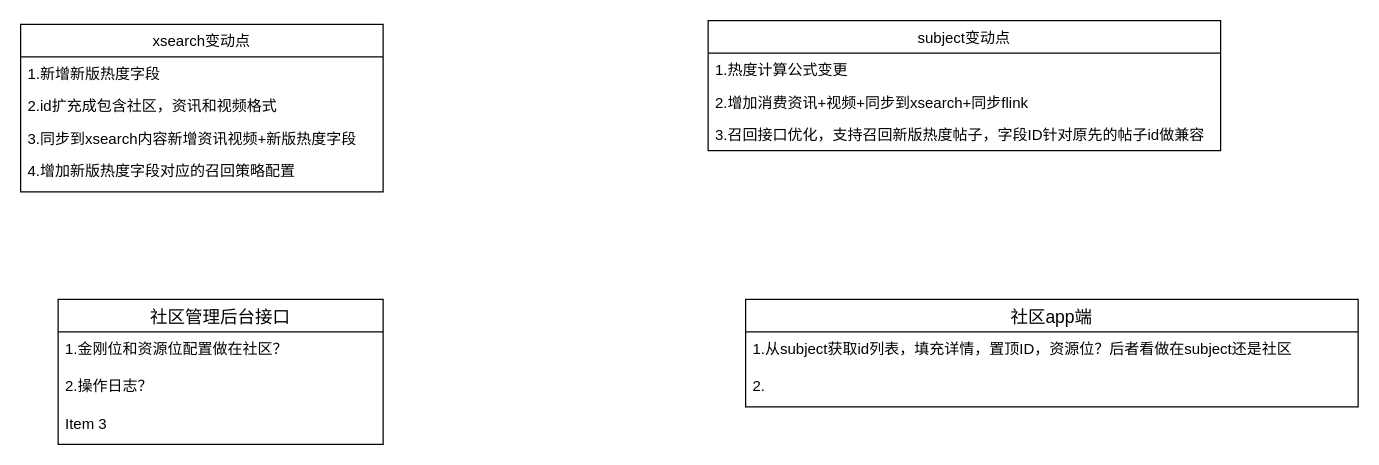
The draw.io diagram subject_newVersion.drawio in lixiangdaqian/diagrams, before the edit. Source tidied: cells renumbered, new cells numbered last; positions are measured from the earlier drawing's top-left corner, leaving out a move shared by most shapes. Both pictures are drawn from the tidied source at 125%, with x=0, y=0 at pixel (20, 20).
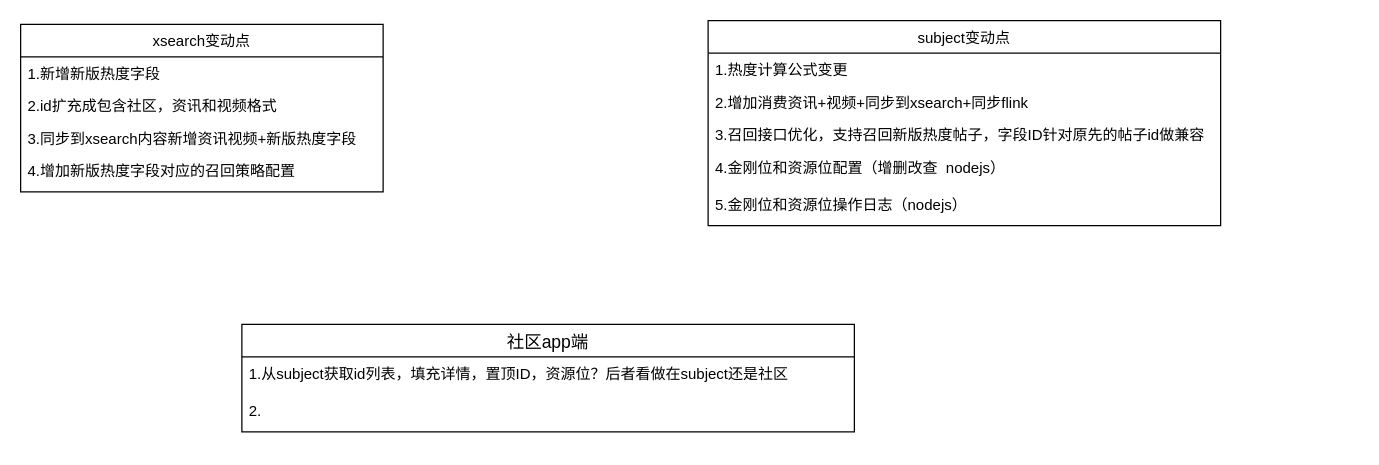
The same diagram, later.

Change to the diagram source:
```diff
@@
 <mxGraphModel>
   <root>
     <mxCell id="0" />
     <mxCell id="1" parent="0" />
     <mxCell id="2" value="xsearch变动点" style="swimlane;fontStyle=0;horizontal=1;startSize=26;fillColor=none;" parent="1" vertex="1">
       <mxGeometry y="3" width="290" height="134" as="geometry" />
     </mxCell>
     <mxCell id="3" value="1.新增新版热度字段" style="text;strokeColor=none;fillColor=none;align=left;verticalAlign=top;spacingLeft=4;spacingRight=4;overflow=hidden;" parent="2" vertex="1">
       <mxGeometry y="26" width="290" height="26" as="geometry" />
     </mxCell>
     <mxCell id="4" value="2.id扩充成包含社区，资讯和视频格式" style="text;strokeColor=none;fillColor=none;align=left;verticalAlign=top;spacingLeft=4;spacingRight=4;overflow=hidden;" parent="2" vertex="1">
       <mxGeometry y="52" width="290" height="26" as="geometry" />
     </mxCell>
     <mxCell id="5" value="3.同步到xsearch内容新增资讯视频+新版热度字段" style="text;strokeColor=none;fillColor=none;align=left;verticalAlign=top;spacingLeft=4;spacingRight=4;overflow=hidden;" parent="2" vertex="1">
       <mxGeometry y="78" width="290" height="26" as="geometry" />
     </mxCell>
     <mxCell id="6" value="4.增加新版热度字段对应的召回策略配置" style="text;strokeColor=none;fillColor=none;spacingLeft=4;spacingRight=4;overflow=hidden;fontSize=12;" parent="2" vertex="1">
       <mxGeometry y="104" width="290" height="30" as="geometry" />
     </mxCell>
     <mxCell id="7" value="subject变动点" style="swimlane;fontStyle=0;horizontal=1;startSize=26;fillColor=none;" parent="1" vertex="1">
-      <mxGeometry x="550" width="410" height="104" as="geometry" />
+      <mxGeometry x="550" width="410" height="164" as="geometry" />
     </mxCell>
     <mxCell id="8" value="1.热度计算公式变更" style="text;strokeColor=none;fillColor=none;align=left;verticalAlign=top;spacingLeft=4;spacingRight=4;overflow=hidden;" parent="7" vertex="1">
       <mxGeometry y="26" width="410" height="26" as="geometry" />
     </mxCell>
     <mxCell id="9" value="2.增加消费资讯+视频+同步到xsearch+同步flink" style="text;strokeColor=none;fillColor=none;align=left;verticalAlign=top;spacingLeft=4;spacingRight=4;overflow=hidden;" parent="7" vertex="1">
       <mxGeometry y="52" width="410" height="26" as="geometry" />
     </mxCell>
     <mxCell id="10" value="3.召回接口优化，支持召回新版热度帖子，字段ID针对原先的帖子id做兼容" style="text;strokeColor=none;fillColor=none;align=left;verticalAlign=top;spacingLeft=4;spacingRight=4;overflow=hidden;" parent="7" vertex="1">
       <mxGeometry y="78" width="410" height="26" as="geometry" />
     </mxCell>
-    <mxCell id="11" value="社区管理后台接口" style="swimlane;fontStyle=0;horizontal=1;startSize=26;align=center;fontSize=14;" parent="1" vertex="1">
-      <mxGeometry x="30" y="223" width="260" height="116" as="geometry" />
-    </mxCell>
-    <mxCell id="12" value="1.金刚位和资源位配置做在社区？" style="text;strokeColor=none;fillColor=none;spacingLeft=4;spacingRight=4;overflow=hidden;fontSize=12;" parent="11" vertex="1">
-      <mxGeometry y="26" width="260" height="30" as="geometry" />
+    <mxCell id="12" value="4.金刚位和资源位配置（增删改查  nodejs）" style="text;strokeColor=none;fillColor=none;spacingLeft=4;spacingRight=4;overflow=hidden;fontSize=12;" parent="7" vertex="1">
+      <mxGeometry y="104" width="410" height="30" as="geometry" />
     </mxCell>
-    <mxCell id="13" value="2.操作日志？" style="text;strokeColor=none;fillColor=none;spacingLeft=4;spacingRight=4;overflow=hidden;fontSize=12;" parent="11" vertex="1">
-      <mxGeometry y="56" width="260" height="30" as="geometry" />
+    <mxCell id="13" value="5.金刚位和资源位操作日志（nodejs）" style="text;strokeColor=none;fillColor=none;spacingLeft=4;spacingRight=4;overflow=hidden;fontSize=12;" parent="7" vertex="1">
+      <mxGeometry y="134" width="410" height="30" as="geometry" />
     </mxCell>
-    <mxCell id="14" value="Item 3" style="text;strokeColor=none;fillColor=none;spacingLeft=4;spacingRight=4;overflow=hidden;fontSize=12;" parent="11" vertex="1">
-      <mxGeometry y="86" width="260" height="30" as="geometry" />
-    </mxCell>
     <mxCell id="15" value="社区app端" style="swimlane;fontStyle=0;horizontal=1;startSize=26;align=center;fontSize=14;" parent="1" vertex="1">
-      <mxGeometry x="580" y="223" width="490" height="86" as="geometry" />
+      <mxGeometry x="177" y="243" width="490" height="86" as="geometry" />
     </mxCell>
     <mxCell id="16" value="1.从subject获取id列表，填充详情，置顶ID，资源位？后者看做在subject还是社区" style="text;strokeColor=none;fillColor=none;spacingLeft=4;spacingRight=4;overflow=hidden;fontSize=12;" parent="15" vertex="1">
       <mxGeometry y="26" width="490" height="30" as="geometry" />
     </mxCell>
     <mxCell id="17" value="2." style="text;strokeColor=none;fillColor=none;spacingLeft=4;spacingRight=4;overflow=hidden;fontSize=12;" parent="15" vertex="1">
       <mxGeometry y="56" width="490" height="30" as="geometry" />
     </mxCell>
   </root>
 </mxGraphModel>
```
